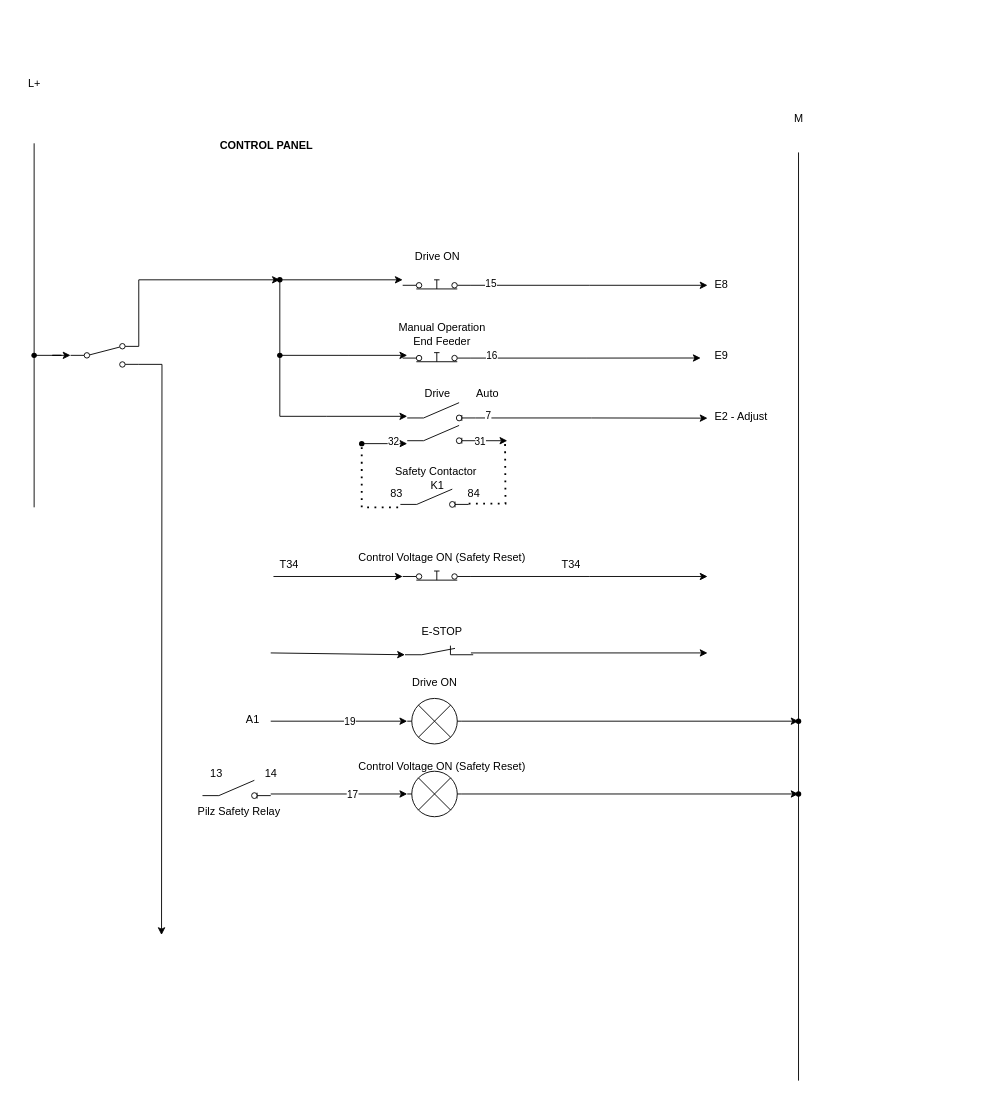
The draw.io diagram 176 Pendant.drawio in nicholas-carnie/Nicks-files, before the edit. Source tidied: cells renumbered, new cells numbered last; positions are measured from the earlier drawing's top-left corner, leaving out a move shared by most shapes. Both pictures are drawn from the tidied source at 91%, with x=0, y=0 at pixel (15, 70).
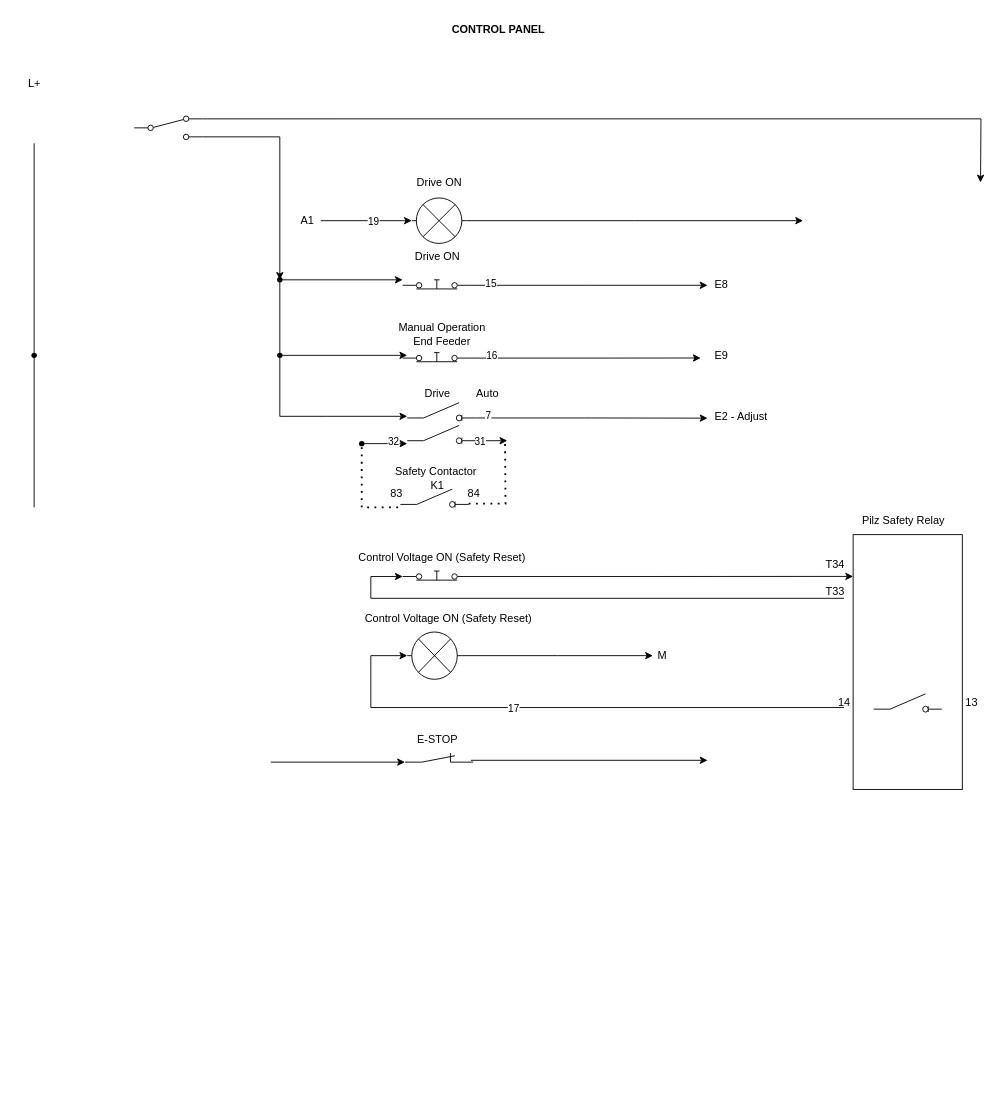
The same diagram, later.

The change refers to these unchanged cells:
```xml
<mxCell id="7" style="html=1;shape=mxgraph.electrical.electro-mechanical.pushbutton;elSwitchState=on;" parent="1" vertex="1">
  <mxGeometry x="425" y="540" width="75" height="20" as="geometry" />
</mxCell>
<mxCell id="14" style="shape=waypoint;sketch=0;fillStyle=solid;size=6;points=[];fillColor=none;perimeter=centerPerimeter;snapToPoint=1;" parent="1" vertex="1">
  <mxGeometry x="280" y="220" width="20" height="20" as="geometry" />
</mxCell>
<mxCell id="39" style="shape=waypoint;sketch=0;fillStyle=solid;size=6;points=[];fillColor=none;perimeter=centerPerimeter;snapToPoint=1;" parent="1" vertex="1">
  <mxGeometry x="10" y="303" width="20" height="20" as="geometry" />
</mxCell>
```

Change to the diagram source:
```diff
@@
-    <mxCell id="2" style="endArrow=none;html=1;rounded=0;" parent="1" edge="1" source="73">
-      <mxGeometry relative="1" as="geometry">
-        <mxPoint x="860" y="90" as="targetPoint" />
-      </mxGeometry>
-    </mxCell>
@@
-    <mxCell id="6" style="edgeStyle=orthogonalEdgeStyle;rounded=0;jettySize=auto;html=1;exitX=1;exitY=0.8;exitDx=0;exitDy=0;" parent="1" edge="1" source="7">
-      <mxGeometry relative="1" as="geometry">
-        <mxPoint x="760" y="556" as="targetPoint" />
-      </mxGeometry>
+    <mxCell id="6" style="edgeStyle=orthogonalEdgeStyle;rounded=0;jettySize=auto;html=1;exitX=1;exitY=0.8;exitDx=0;exitDy=0;entryX=0;entryY=0.164;entryDx=0;entryDy=0;entryPerimeter=0;" parent="1" edge="1" source="7" target="75">
+      <mxGeometry relative="1" as="geometry" />
     </mxCell>
@@
-    <mxCell id="8" style="edgeStyle=orthogonalEdgeStyle;rounded=0;jettySize=auto;html=1;exitX=1;exitY=0.88;exitDx=0;exitDy=0;" parent="1" edge="1" source="9">
-      <mxGeometry relative="1" as="geometry">
-        <mxPoint x="160" y="950" as="targetPoint" />
-      </mxGeometry>
-    </mxCell>
+    <mxCell id="74" style="edgeStyle=orthogonalEdgeStyle;rounded=0;jettySize=auto;html=1;exitX=1;exitY=0.12;exitDx=0;exitDy=0;" parent="1" edge="1" source="9">
+      <mxGeometry relative="1" as="geometry">
+        <mxPoint x="1060" y="123" as="targetPoint" />
+      </mxGeometry>
+    </mxCell>
     <mxCell id="9" style="html=1;shape=mxgraph.electrical.electro-mechanical.twoWaySwitch;elSwitchState=2;" parent="1" vertex="1">
-      <mxGeometry x="60" y="300" width="75" height="26" as="geometry" />
+      <mxGeometry x="130" y="50" width="75" height="26" as="geometry" />
     </mxCell>
@@
-    <mxCell id="20" value="M" style="text;html=1;align=center;verticalAlign=middle;strokeColor=none;fillColor=none;" parent="1" vertex="1">
-      <mxGeometry x="845" y="38" width="30" height="30" as="geometry" />
-    </mxCell>
     <mxCell id="21" value="&lt;b&gt;CONTROL PANEL&lt;/b&gt;" style="text;html=1;align=center;verticalAlign=middle;strokeColor=none;fillColor=none;" parent="1" vertex="1">
-      <mxGeometry x="210" y="68" width="130" height="30" as="geometry" />
+      <mxGeometry x="465" y="-60" width="130" height="30" as="geometry" />
     </mxCell>
@@
     <mxCell id="34" style="verticalLabelPosition=bottom;shadow=0;dashed=0;align=center;html=1;verticalAlign=top;shape=mxgraph.electrical.electro-mechanical.break_contact;" parent="1" vertex="1">
-      <mxGeometry x="427.5" y="632" width="75" height="10" as="geometry" />
+      <mxGeometry x="427.5" y="750" width="75" height="10" as="geometry" />
     </mxCell>
     <mxCell id="35" value="E-STOP" style="text;html=1;align=center;verticalAlign=middle;strokeColor=none;fillColor=none;" parent="1" vertex="1">
-      <mxGeometry x="432.5" y="602" width="70" height="30" as="geometry" />
+      <mxGeometry x="427.5" y="720" width="70" height="30" as="geometry" />
     </mxCell>
-    <mxCell id="36" style="edgeStyle=orthogonalEdgeStyle;rounded=0;jettySize=auto;html=1;exitX=1;exitY=0.12;exitDx=0;exitDy=0;entryX=0.041;entryY=0.387;entryDx=0;entryDy=0;entryPerimeter=0;" parent="1" edge="1" source="9" target="14">
-      <mxGeometry relative="1" as="geometry">
-        <Array as="points">
-          <mxPoint x="135" y="230" />
-        </Array>
-      </mxGeometry>
-    </mxCell>
@@
-    <mxCell id="38" style="edgeStyle=orthogonalEdgeStyle;rounded=0;jettySize=auto;html=1;entryX=0;entryY=0.5;entryDx=0;entryDy=0;" parent="1" edge="1" source="39" target="9">
-      <mxGeometry relative="1" as="geometry" />
-    </mxCell>
@@
     <mxCell id="51" style="endArrow=classic;html=1;rounded=0;entryX=0;entryY=0.8;entryDx=0;entryDy=0;" parent="1" edge="1" target="7">
       <mxGeometry relative="1" as="geometry">
-        <mxPoint x="283" y="556" as="sourcePoint" />
+        <mxPoint x="910" y="580" as="sourcePoint" />
+        <Array as="points">
+          <mxPoint x="390" y="580" />
+          <mxPoint x="390" y="556" />
+        </Array>
       </mxGeometry>
     </mxCell>
-    <mxCell id="52" value="T34" style="text;html=1;align=center;verticalAlign=middle;strokeColor=none;fillColor=none;" parent="1" vertex="1">
-      <mxGeometry x="280" y="528" width="40" height="30" as="geometry" />
+    <mxCell id="52" value="T33" style="text;html=1;align=center;verticalAlign=middle;strokeColor=none;fillColor=none;" parent="1" vertex="1">
+      <mxGeometry x="880" y="558" width="40" height="30" as="geometry" />
     </mxCell>
     <mxCell id="53" value="T34" style="text;html=1;align=center;verticalAlign=middle;strokeColor=none;fillColor=none;" parent="1" vertex="1">
-      <mxGeometry x="590" y="528" width="40" height="30" as="geometry" />
+      <mxGeometry x="880" y="528" width="40" height="30" as="geometry" />
     </mxCell>
     <mxCell id="54" style="endArrow=classic;html=1;rounded=0;" parent="1" edge="1">
       <mxGeometry relative="1" as="geometry">
-        <mxPoint x="500" y="640" as="sourcePoint" />
-        <mxPoint x="760" y="640" as="targetPoint" />
+        <mxPoint x="500" y="758" as="sourcePoint" />
+        <mxPoint x="760" y="758" as="targetPoint" />
       </mxGeometry>
     </mxCell>
     <mxCell id="55" style="endArrow=classic;html=1;rounded=0;entryX=0;entryY=1;entryDx=0;entryDy=0;entryPerimeter=0;" parent="1" edge="1" target="34">
       <mxGeometry relative="1" as="geometry">
-        <mxPoint x="280" y="640" as="sourcePoint" />
+        <mxPoint x="280" y="760" as="sourcePoint" />
       </mxGeometry>
     </mxCell>
-    <mxCell id="56" style="edgeStyle=orthogonalEdgeStyle;rounded=0;jettySize=auto;html=1;exitX=1;exitY=0.5;exitDx=0;exitDy=0;exitPerimeter=0;entryX=-0.049;entryY=0.455;entryDx=0;entryDy=0;entryPerimeter=0;" parent="1" edge="1" source="57" target="73">
-      <mxGeometry relative="1" as="geometry" />
+    <mxCell id="56" style="edgeStyle=orthogonalEdgeStyle;rounded=0;jettySize=auto;html=1;exitX=1;exitY=0.5;exitDx=0;exitDy=0;exitPerimeter=0;entryX=-0.049;entryY=0.455;entryDx=0;entryDy=0;entryPerimeter=0;" parent="1" edge="1" source="57">
+      <mxGeometry relative="1" as="geometry">
+        <mxPoint x="865" y="165" as="targetPoint" />
+      </mxGeometry>
     </mxCell>
     <mxCell id="57" style="verticalLabelPosition=bottom;shadow=0;dashed=0;align=center;html=1;verticalAlign=top;shape=mxgraph.electrical.miscellaneous.light_bulb;" parent="1" vertex="1">
-      <mxGeometry x="430" y="690" width="60" height="50" as="geometry" />
+      <mxGeometry x="435" y="140" width="60" height="50" as="geometry" />
     </mxCell>
     <mxCell id="58" style="verticalLabelPosition=bottom;shadow=0;dashed=0;align=center;html=1;verticalAlign=top;shape=mxgraph.electrical.miscellaneous.light_bulb;" parent="1" vertex="1">
-      <mxGeometry x="430" y="770" width="60" height="50" as="geometry" />
+      <mxGeometry x="430" y="617" width="60" height="52" as="geometry" />
     </mxCell>
     <mxCell id="59" value="Drive ON" style="text;html=1;align=center;verticalAlign=middle;strokeColor=none;fillColor=none;" parent="1" vertex="1">
-      <mxGeometry x="425" y="658" width="70" height="30" as="geometry" />
+      <mxGeometry x="430" y="108" width="70" height="30" as="geometry" />
     </mxCell>
     <mxCell id="60" value="Control Voltage ON (Safety Reset)" style="text;html=1;align=center;verticalAlign=middle;strokeColor=none;fillColor=none;" parent="1" vertex="1">
-      <mxGeometry x="362.5" y="750" width="210" height="30" as="geometry" />
+      <mxGeometry x="370" y="588" width="210" height="30" as="geometry" />
     </mxCell>
     <mxCell id="61" style="endArrow=classic;html=1;rounded=0;entryX=0;entryY=0.5;entryDx=0;entryDy=0;entryPerimeter=0;" parent="1" edge="1" target="57">
       <mxGeometry relative="1" as="geometry">
-        <mxPoint x="280" y="715" as="sourcePoint" />
+        <mxPoint x="335" y="165" as="sourcePoint" />
       </mxGeometry>
     </mxCell>
@@
     <mxCell id="63" value="A1" style="text;html=1;align=center;verticalAlign=middle;strokeColor=none;fillColor=none;" parent="1" vertex="1">
-      <mxGeometry x="240" y="698" width="40" height="30" as="geometry" />
+      <mxGeometry x="300" y="150" width="40" height="30" as="geometry" />
     </mxCell>
     <mxCell id="64" style="endArrow=classic;html=1;rounded=0;entryX=0;entryY=0.5;entryDx=0;entryDy=0;entryPerimeter=0;" parent="1" edge="1" target="58">
       <mxGeometry relative="1" as="geometry">
-        <mxPoint x="280" y="795" as="sourcePoint" />
+        <mxPoint x="910" y="700" as="sourcePoint" />
+        <Array as="points">
+          <mxPoint x="390" y="700" />
+          <mxPoint x="390" y="643" />
+        </Array>
       </mxGeometry>
     </mxCell>
@@
-    <mxCell id="66" style="html=1;shape=mxgraph.electrical.electro-mechanical.switchDisconnector;elSwitchState=off;" parent="1" vertex="1">
-      <mxGeometry x="205" y="780" width="75" height="20" as="geometry" />
-    </mxCell>
+    <mxCell id="69" value="Pilz Safety Relay" style="text;html=1;align=center;verticalAlign=middle;strokeColor=none;fillColor=none;" parent="1" vertex="1">
+      <mxGeometry x="920" y="480" width="110" height="30" as="geometry" />
+    </mxCell>
+    <mxCell id="71" style="edgeStyle=orthogonalEdgeStyle;rounded=0;jettySize=auto;html=1;exitX=1;exitY=0.5;exitDx=0;exitDy=0;exitPerimeter=0;" parent="1" edge="1" source="58">
+      <mxGeometry relative="1" as="geometry">
+        <mxPoint x="700" y="643" as="targetPoint" />
+      </mxGeometry>
+    </mxCell>
+    <mxCell id="36" style="edgeStyle=orthogonalEdgeStyle;rounded=0;jettySize=auto;html=1;exitX=1;exitY=0.88;exitDx=0;exitDy=0;entryX=0.041;entryY=-0.113;entryDx=0;entryDy=0;entryPerimeter=0;" parent="1" edge="1" source="9" target="14">
+      <mxGeometry relative="1" as="geometry" />
+    </mxCell>
+    <mxCell id="75" style="rounded=0;whiteSpace=wrap;html=1;" parent="1" vertex="1">
+      <mxGeometry x="920" y="510" width="120" height="280" as="geometry" />
+    </mxCell>
+    <mxCell id="68" value="14" style="text;html=1;align=center;verticalAlign=middle;strokeColor=none;fillColor=none;" parent="1" vertex="1">
+      <mxGeometry x="890" y="680" width="40" height="30" as="geometry" />
+    </mxCell>
+    <mxCell id="20" value="M" style="text;html=1;align=center;verticalAlign=middle;strokeColor=none;fillColor=none;" parent="1" vertex="1">
+      <mxGeometry x="695" y="628" width="30" height="30" as="geometry" />
+    </mxCell>
+    <mxCell id="76" style="html=1;shape=mxgraph.electrical.electro-mechanical.switchDisconnector;elSwitchState=off;" parent="1" vertex="1">
+      <mxGeometry x="942.5" y="685" width="75" height="20" as="geometry" />
+    </mxCell>
     <mxCell id="67" value="13" style="text;html=1;align=center;verticalAlign=middle;strokeColor=none;fillColor=none;" parent="1" vertex="1">
-      <mxGeometry x="200" y="758" width="40" height="30" as="geometry" />
+      <mxGeometry x="1030" y="680" width="40" height="30" as="geometry" />
     </mxCell>
-    <mxCell id="68" value="14" style="text;html=1;align=center;verticalAlign=middle;strokeColor=none;fillColor=none;" parent="1" vertex="1">
-      <mxGeometry x="260" y="758" width="40" height="30" as="geometry" />
-    </mxCell>
-    <mxCell id="69" value="Pilz Safety Relay" style="text;html=1;align=center;verticalAlign=middle;strokeColor=none;fillColor=none;" parent="1" vertex="1">
-      <mxGeometry x="190" y="800" width="110" height="30" as="geometry" />
-    </mxCell>
-    <mxCell id="70" style="shape=waypoint;sketch=0;fillStyle=solid;size=6;points=[];fillColor=none;perimeter=centerPerimeter;snapToPoint=1;" parent="1" vertex="1">
-      <mxGeometry x="850" y="785" width="20" height="20" as="geometry" />
-    </mxCell>
-    <mxCell id="71" style="edgeStyle=orthogonalEdgeStyle;rounded=0;jettySize=auto;html=1;exitX=1;exitY=0.5;exitDx=0;exitDy=0;exitPerimeter=0;entryX=0.723;entryY=-0.045;entryDx=0;entryDy=0;entryPerimeter=0;" parent="1" edge="1" source="58" target="70">
-      <mxGeometry relative="1" as="geometry" />
-    </mxCell>
-    <mxCell id="72" style="endArrow=none;html=1;rounded=0;" parent="1" edge="1" target="73">
-      <mxGeometry relative="1" as="geometry">
-        <mxPoint x="860" y="1110" as="sourcePoint" />
-      </mxGeometry>
-    </mxCell>
-    <mxCell id="73" style="shape=waypoint;sketch=0;fillStyle=solid;size=6;points=[];fillColor=none;perimeter=centerPerimeter;snapToPoint=1;" parent="1" vertex="1">
-      <mxGeometry x="850" y="705" width="20" height="20" as="geometry" />
-    </mxCell>
```
